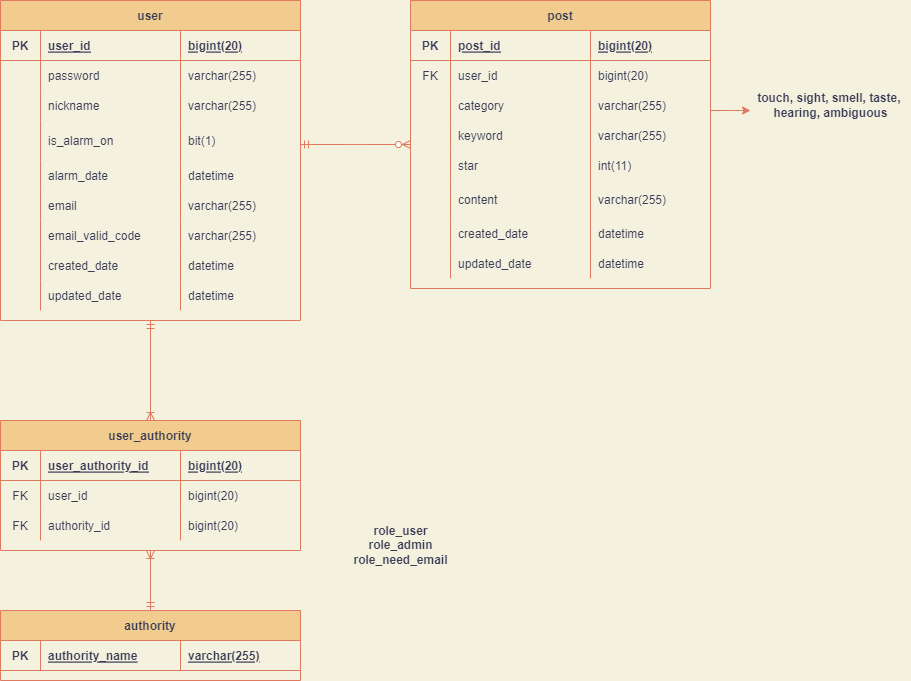
This is five_senses_erd.drawio.png from FiveSensesApp/five-senses-common, a draw.io export, as it was before one commit. Source tidied: cells renumbered, new cells last; positions are measured from the earlier drawing's top-left corner, leaving out a move shared by most shapes.
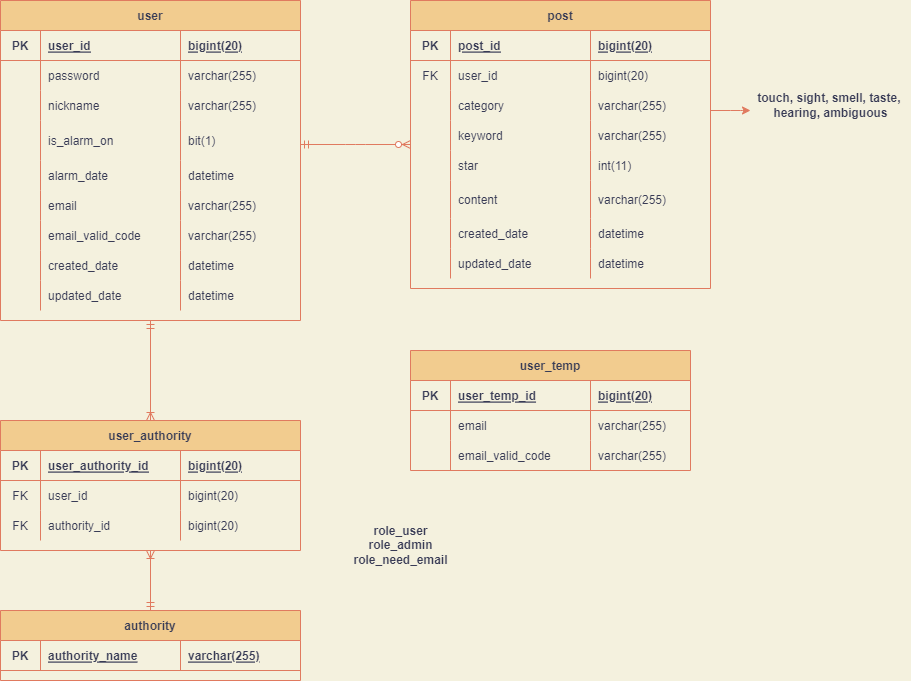
Later version of the same file.

Diff of the diagram source:
```diff
@@ -301,5 +301,44 @@
     <mxCell id="95" value="&lt;b&gt;role_user&lt;br&gt;role_admin&lt;br&gt;role_need_email&lt;br&gt;&lt;/b&gt;" style="text;html=1;align=center;verticalAlign=middle;strokeColor=none;fillColor=none;fontColor=#393C56;" parent="1" vertex="1">
       <mxGeometry x="345" y="520" width="110" height="50" as="geometry" />
     </mxCell>
+    <mxCell id="96" value="user_temp" style="shape=table;startSize=30;rowLines=0;fontStyle=1;align=center;rounded=0;sketch=0;fontColor=#393C56;strokeColor=#E07A5F;fillColor=#F2CC8F;" parent="1" vertex="1">
+      <mxGeometry x="410" y="350" width="280" height="120" as="geometry" />
+    </mxCell>
+    <mxCell id="97" style="shape=tableRow;horizontal=0;startSize=0;swimlaneHead=0;swimlaneBody=0;fillColor=none;top=0;left=0;right=0;bottom=1;rounded=0;sketch=0;fontColor=#393C56;strokeColor=#E07A5F;" parent="96" vertex="1">
+      <mxGeometry y="30" width="280" height="30" as="geometry" />
+    </mxCell>
+    <mxCell id="98" value="PK" style="shape=partialRectangle;fillColor=none;top=0;left=0;bottom=0;right=0;fontStyle=1;overflow=hidden;rounded=0;sketch=0;fontColor=#393C56;strokeColor=#E07A5F;" parent="97" vertex="1">
+      <mxGeometry width="40" height="30" as="geometry" />
+    </mxCell>
+    <mxCell id="99" value="user_temp_id" style="shape=partialRectangle;fillColor=none;top=0;left=0;bottom=0;right=0;align=left;spacingLeft=6;fontStyle=5;overflow=hidden;rounded=0;sketch=0;fontColor=#393C56;strokeColor=#E07A5F;" parent="97" vertex="1">
+      <mxGeometry x="40" width="140" height="30" as="geometry" />
+    </mxCell>
+    <mxCell id="100" value="bigint(20)" style="shape=partialRectangle;fillColor=none;top=0;left=0;bottom=0;right=0;align=left;spacingLeft=6;fontStyle=5;overflow=hidden;rounded=0;sketch=0;fontColor=#393C56;strokeColor=#E07A5F;" parent="97" vertex="1">
+      <mxGeometry x="180" width="100" height="30" as="geometry" />
+    </mxCell>
+    <mxCell id="101" style="shape=tableRow;horizontal=0;startSize=0;swimlaneHead=0;swimlaneBody=0;fillColor=none;top=0;left=0;right=0;bottom=0;rounded=0;sketch=0;fontColor=#393C56;strokeColor=#E07A5F;" parent="96" vertex="1">
+      <mxGeometry y="60" width="280" height="30" as="geometry" />
+    </mxCell>
+    <mxCell id="102" style="shape=partialRectangle;fillColor=none;top=0;left=0;bottom=0;right=0;overflow=hidden;rounded=0;sketch=0;fontColor=#393C56;strokeColor=#E07A5F;" parent="101" vertex="1">
+      <mxGeometry width="40" height="30" as="geometry" />
+    </mxCell>
+    <mxCell id="103" value="email" style="shape=partialRectangle;fillColor=none;top=0;left=0;bottom=0;right=0;align=left;spacingLeft=6;overflow=hidden;rounded=0;sketch=0;fontColor=#393C56;strokeColor=#E07A5F;" parent="101" vertex="1">
+      <mxGeometry x="40" width="140" height="30" as="geometry" />
+    </mxCell>
+    <mxCell id="104" value="varchar(255)" style="shape=partialRectangle;fillColor=none;top=0;left=0;bottom=0;right=0;align=left;spacingLeft=6;overflow=hidden;rounded=0;sketch=0;fontColor=#393C56;strokeColor=#E07A5F;" parent="101" vertex="1">
+      <mxGeometry x="180" width="100" height="30" as="geometry" />
+    </mxCell>
+    <mxCell id="105" style="shape=tableRow;horizontal=0;startSize=0;swimlaneHead=0;swimlaneBody=0;fillColor=none;top=0;left=0;right=0;bottom=0;rounded=0;sketch=0;fontColor=#393C56;strokeColor=#E07A5F;" parent="96" vertex="1">
+      <mxGeometry y="90" width="280" height="30" as="geometry" />
+    </mxCell>
+    <mxCell id="106" style="shape=partialRectangle;fillColor=none;top=0;left=0;bottom=0;right=0;overflow=hidden;rounded=0;sketch=0;fontColor=#393C56;strokeColor=#E07A5F;" parent="105" vertex="1">
+      <mxGeometry width="40" height="30" as="geometry" />
+    </mxCell>
+    <mxCell id="107" value="email_valid_code" style="shape=partialRectangle;fillColor=none;top=0;left=0;bottom=0;right=0;align=left;spacingLeft=6;overflow=hidden;rounded=0;sketch=0;fontColor=#393C56;strokeColor=#E07A5F;" parent="105" vertex="1">
+      <mxGeometry x="40" width="140" height="30" as="geometry" />
+    </mxCell>
+    <mxCell id="108" value="varchar(255)" style="shape=partialRectangle;fillColor=none;top=0;left=0;bottom=0;right=0;align=left;spacingLeft=6;overflow=hidden;rounded=0;sketch=0;fontColor=#393C56;strokeColor=#E07A5F;" parent="105" vertex="1">
+      <mxGeometry x="180" width="100" height="30" as="geometry" />
+    </mxCell>
   </root>
 </mxGraphModel>
```
